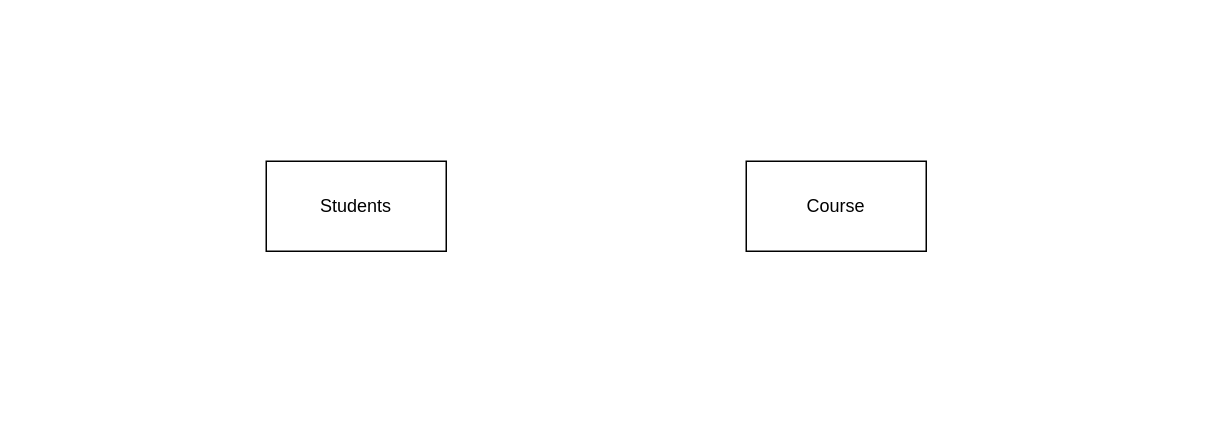
Earlier version of the draw.io diagram StudentCourseERD.drawio (Vinay-R-S/ER-Diagram). Source tidied: cells renumbered, new cells numbered last; positions are measured from the earlier drawing's top-left corner, leaving out a move shared by most shapes. Both pictures are drawn from the tidied source at 150%, with x=0, y=0 at pixel (266, 160).
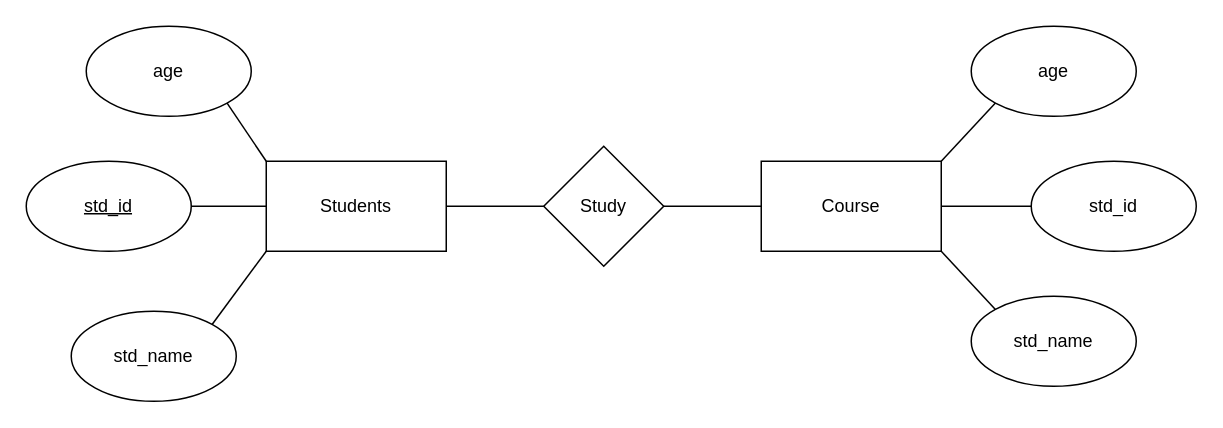
The same diagram, later.

The edit, as a diff of the source:
```diff
@@
 <mxGraphModel>
   <root>
     <mxCell id="0" />
     <mxCell id="1" parent="0" />
     <mxCell id="2" value="Students" style="rounded=0;whiteSpace=wrap;html=1;" parent="1" vertex="1">
       <mxGeometry width="120" height="60" as="geometry" />
     </mxCell>
     <mxCell id="3" value="Course" style="rounded=0;whiteSpace=wrap;html=1;" parent="1" vertex="1">
-      <mxGeometry x="320" width="120" height="60" as="geometry" />
+      <mxGeometry x="330" width="120" height="60" as="geometry" />
     </mxCell>
+    <mxCell id="4" value="&lt;u&gt;std_id&lt;/u&gt;" style="ellipse;whiteSpace=wrap;html=1;" parent="1" vertex="1">
+      <mxGeometry x="-160" width="110" height="60" as="geometry" />
+    </mxCell>
+    <mxCell id="5" value="std_name" style="ellipse;whiteSpace=wrap;html=1;" parent="1" vertex="1">
+      <mxGeometry x="-130" y="100" width="110" height="60" as="geometry" />
+    </mxCell>
+    <mxCell id="6" value="age" style="ellipse;whiteSpace=wrap;html=1;" parent="1" vertex="1">
+      <mxGeometry x="-120" y="-90" width="110" height="60" as="geometry" />
+    </mxCell>
+    <mxCell id="7" style="endArrow=none;html=1;rounded=0;entryX=1;entryY=1;entryDx=0;entryDy=0;exitX=0;exitY=0;exitDx=0;exitDy=0;" parent="1" edge="1" source="2" target="6">
+      <mxGeometry relative="1" as="geometry" />
+    </mxCell>
+    <mxCell id="8" style="endArrow=none;html=1;rounded=0;entryX=1;entryY=0.5;entryDx=0;entryDy=0;exitX=0;exitY=0.5;exitDx=0;exitDy=0;" parent="1" edge="1" source="2" target="4">
+      <mxGeometry relative="1" as="geometry" />
+    </mxCell>
+    <mxCell id="9" style="endArrow=none;html=1;rounded=0;exitX=1;exitY=0;exitDx=0;exitDy=0;entryX=0;entryY=1;entryDx=0;entryDy=0;" parent="1" edge="1" source="5" target="2">
+      <mxGeometry relative="1" as="geometry" />
+    </mxCell>
+    <mxCell id="10" value="std_id" style="ellipse;whiteSpace=wrap;html=1;" parent="1" vertex="1">
+      <mxGeometry x="510" width="110" height="60" as="geometry" />
+    </mxCell>
+    <mxCell id="11" value="std_name" style="ellipse;whiteSpace=wrap;html=1;" parent="1" vertex="1">
+      <mxGeometry x="470" y="90" width="110" height="60" as="geometry" />
+    </mxCell>
+    <mxCell id="12" value="age" style="ellipse;whiteSpace=wrap;html=1;" parent="1" vertex="1">
+      <mxGeometry x="470" y="-90" width="110" height="60" as="geometry" />
+    </mxCell>
+    <mxCell id="13" style="endArrow=none;html=1;rounded=0;entryX=0;entryY=1;entryDx=0;entryDy=0;exitX=1;exitY=0;exitDx=0;exitDy=0;" parent="1" edge="1" source="3" target="12">
+      <mxGeometry relative="1" as="geometry" />
+    </mxCell>
+    <mxCell id="14" style="endArrow=none;html=1;rounded=0;entryX=0;entryY=0.5;entryDx=0;entryDy=0;exitX=1;exitY=0.5;exitDx=0;exitDy=0;" parent="1" edge="1" source="3" target="10">
+      <mxGeometry relative="1" as="geometry" />
+    </mxCell>
+    <mxCell id="15" style="endArrow=none;html=1;rounded=0;entryX=0;entryY=0;entryDx=0;entryDy=0;exitX=1;exitY=1;exitDx=0;exitDy=0;" parent="1" edge="1" source="3" target="11">
+      <mxGeometry relative="1" as="geometry" />
+    </mxCell>
+    <mxCell id="16" value="Study" style="rhombus;whiteSpace=wrap;html=1;" parent="1" vertex="1">
+      <mxGeometry x="185" y="-10" width="80" height="80" as="geometry" />
+    </mxCell>
+    <mxCell id="17" style="endArrow=none;html=1;rounded=0;entryX=1;entryY=0.5;entryDx=0;entryDy=0;exitX=0;exitY=0.5;exitDx=0;exitDy=0;" parent="1" edge="1" source="3" target="16">
+      <mxGeometry relative="1" as="geometry" />
+    </mxCell>
+    <mxCell id="18" style="endArrow=none;html=1;rounded=0;entryX=1;entryY=0.5;entryDx=0;entryDy=0;exitX=0;exitY=0.5;exitDx=0;exitDy=0;" parent="1" edge="1" source="16" target="2">
+      <mxGeometry relative="1" as="geometry" />
+    </mxCell>
   </root>
 </mxGraphModel>
```
